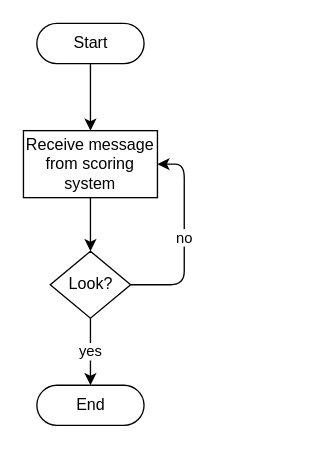
Earlier version of the draw.io diagram page "Wait Throw Logic" (3 of 8) of imaging/documentation/Imaging_System_Schematics.drawio (kparlak/dart-scoring-system). Source tidied: cells renumbered, new cells numbered last; positions are measured from the earlier drawing's top-left corner, leaving out a move shared by most shapes. Both pictures are drawn from the tidied source at 134%, with x=0, y=0 at pixel (23, 23).
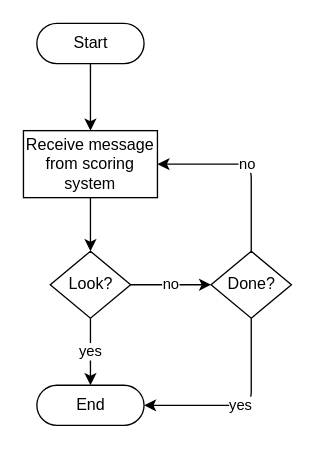
Above is the later version.

What changed in the source:
```diff
@@
 <mxGraphModel>
   <root>
     <mxCell id="0" />
     <mxCell id="1" parent="0" />
     <mxCell id="2" style="edgeStyle=orthogonalEdgeStyle;rounded=1;jettySize=auto;html=1;exitX=0.5;exitY=0.5;exitDx=0;exitDy=15;exitPerimeter=0;entryX=0.5;entryY=0;entryDx=0;entryDy=0;strokeColor=#000000;" parent="1" edge="1" source="3" target="5">
       <mxGeometry relative="1" as="geometry" />
     </mxCell>
     <mxCell id="3" value="Start" style="html=1;dashed=0;whitespace=wrap;shape=mxgraph.dfd.start;" parent="1" vertex="1">
       <mxGeometry x="10" width="80" height="30" as="geometry" />
     </mxCell>
     <mxCell id="4" style="edgeStyle=orthogonalEdgeStyle;rounded=1;jettySize=auto;html=1;exitX=0.5;exitY=1;exitDx=0;exitDy=0;entryX=0.5;entryY=0;entryDx=0;entryDy=0;strokeColor=#000000;" parent="1" edge="1" source="5" target="8">
       <mxGeometry relative="1" as="geometry" />
     </mxCell>
     <mxCell id="5" value="Receive message from scoring system" style="html=1;dashed=0;whitespace=wrap;whiteSpace=wrap;" parent="1" vertex="1">
       <mxGeometry y="80" width="100" height="50" as="geometry" />
     </mxCell>
-    <mxCell id="6" value="no" style="edgeStyle=orthogonalEdgeStyle;rounded=1;jettySize=auto;html=1;exitX=1;exitY=0.5;exitDx=0;exitDy=0;entryX=1;entryY=0.5;entryDx=0;entryDy=0;strokeColor=#000000;" parent="1" edge="1" source="8" target="5">
+    <mxCell id="6" value="no" style="edgeStyle=orthogonalEdgeStyle;rounded=1;jettySize=auto;html=1;exitX=1;exitY=0.5;exitDx=0;exitDy=0;entryX=0;entryY=0.5;entryDx=0;entryDy=0;strokeColor=#000000;" parent="1" edge="1" source="8" target="12">
       <mxGeometry relative="1" as="geometry">
         <Array as="points">
           <mxPoint x="120" y="195" />
-          <mxPoint x="120" y="105" />
+          <mxPoint x="120" y="195" />
         </Array>
       </mxGeometry>
     </mxCell>
     <mxCell id="7" value="yes" style="edgeStyle=orthogonalEdgeStyle;rounded=1;jettySize=auto;html=1;exitX=0.5;exitY=1;exitDx=0;exitDy=0;entryX=0.5;entryY=0.5;entryDx=0;entryDy=-15;entryPerimeter=0;strokeColor=#000000;" parent="1" edge="1" source="8" target="9">
       <mxGeometry relative="1" as="geometry" />
     </mxCell>
     <mxCell id="8" value="Look?" style="shape=rhombus;html=1;dashed=0;whitespace=wrap;perimeter=rhombusPerimeter;" parent="1" vertex="1">
       <mxGeometry x="20" y="170" width="60" height="50" as="geometry" />
     </mxCell>
     <mxCell id="9" value="End" style="html=1;dashed=0;whitespace=wrap;shape=mxgraph.dfd.start;" parent="1" vertex="1">
       <mxGeometry x="10" y="270" width="80" height="30" as="geometry" />
     </mxCell>
+    <mxCell id="10" value="yes" style="edgeStyle=orthogonalEdgeStyle;rounded=1;jettySize=auto;html=1;exitX=0.5;exitY=1;exitDx=0;exitDy=0;entryX=1;entryY=0.5;entryDx=0;entryDy=0;entryPerimeter=0;" parent="1" edge="1" source="12" target="9">
+      <mxGeometry relative="1" as="geometry" />
+    </mxCell>
+    <mxCell id="11" value="no" style="edgeStyle=orthogonalEdgeStyle;rounded=1;jettySize=auto;html=1;exitX=0.5;exitY=0;exitDx=0;exitDy=0;entryX=1;entryY=0.5;entryDx=0;entryDy=0;" parent="1" edge="1" source="12" target="5">
+      <mxGeometry relative="1" as="geometry" />
+    </mxCell>
+    <mxCell id="12" value="Done?" style="shape=rhombus;html=1;dashed=0;whitespace=wrap;perimeter=rhombusPerimeter;" parent="1" vertex="1">
+      <mxGeometry x="140" y="170" width="60" height="50" as="geometry" />
+    </mxCell>
   </root>
 </mxGraphModel>
```
